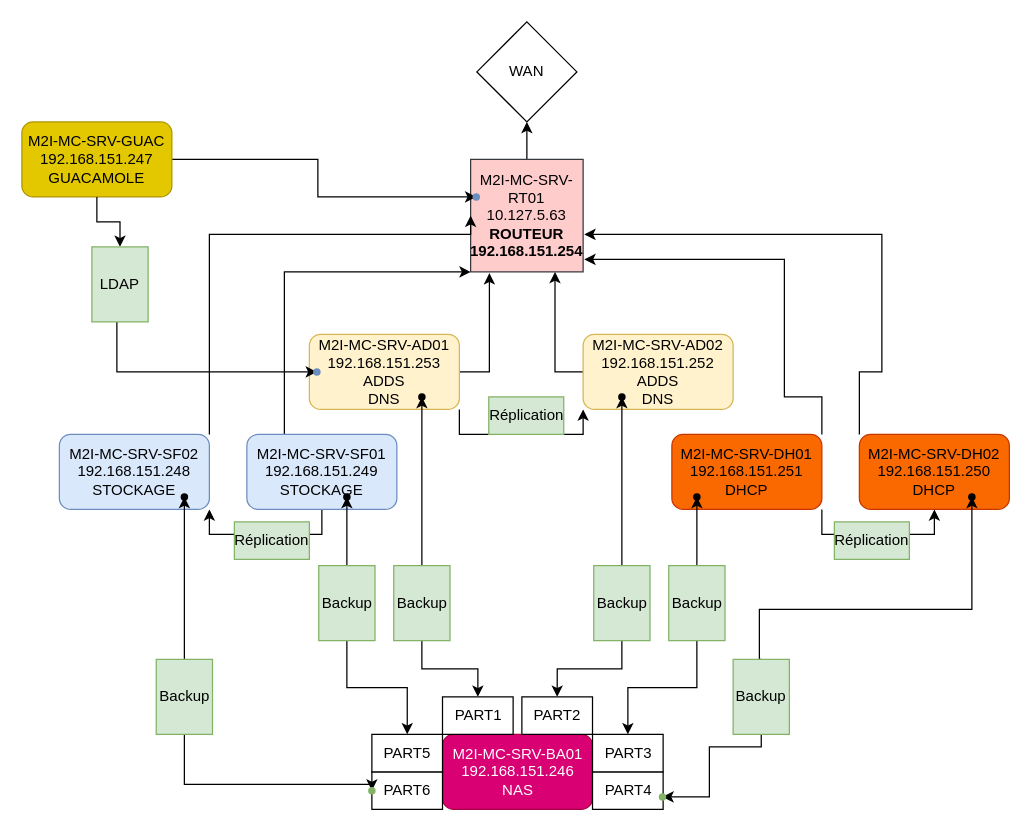
Skreadz/scripts keeps this draw.io diagram as multipass/infra_exam.drawio. Above is the earlier version. Source tidied: cells renumbered, new cells numbered last; positions are measured from the earlier drawing's top-left corner, leaving out a move shared by most shapes. Both pictures are drawn from the tidied source at 125%, with x=0, y=0 at pixel (21, 21).
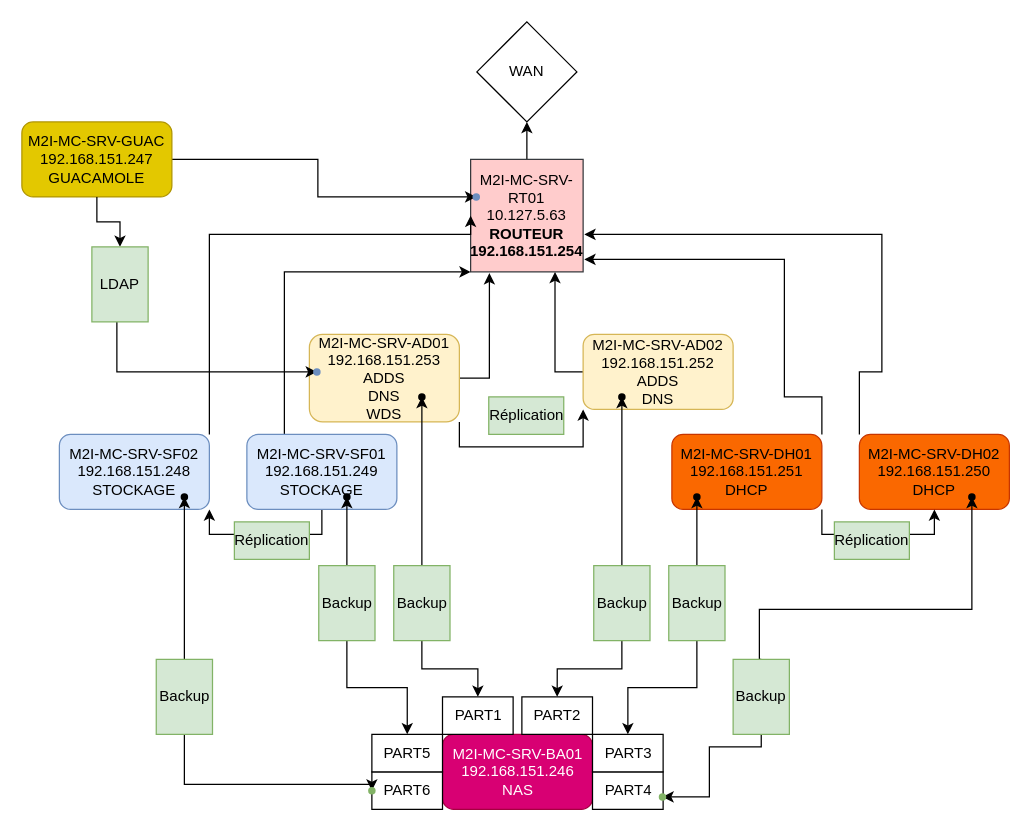
The same page after the edit.

Commit message:
Mettre à jour infra_exam.drawio

The edit, as a diff of the source:
```diff
@@
-    <mxCell id="6" value="M2I-MC-SRV-AD01&lt;br&gt;192.168.151.253&lt;br&gt;ADDS&lt;br&gt;DNS" style="rounded=1;whiteSpace=wrap;html=1;fillColor=#fff2cc;strokeColor=#d6b656;" parent="1" vertex="1">
-      <mxGeometry x="230" y="250" width="120" height="60" as="geometry" />
+    <mxCell id="6" value="M2I-MC-SRV-AD01&lt;br&gt;192.168.151.253&lt;br&gt;ADDS&lt;br&gt;DNS&lt;br&gt;WDS" style="rounded=1;whiteSpace=wrap;html=1;fillColor=#fff2cc;strokeColor=#d6b656;" parent="1" vertex="1">
+      <mxGeometry x="230" y="250" width="120" height="70" as="geometry" />
     </mxCell>
```
